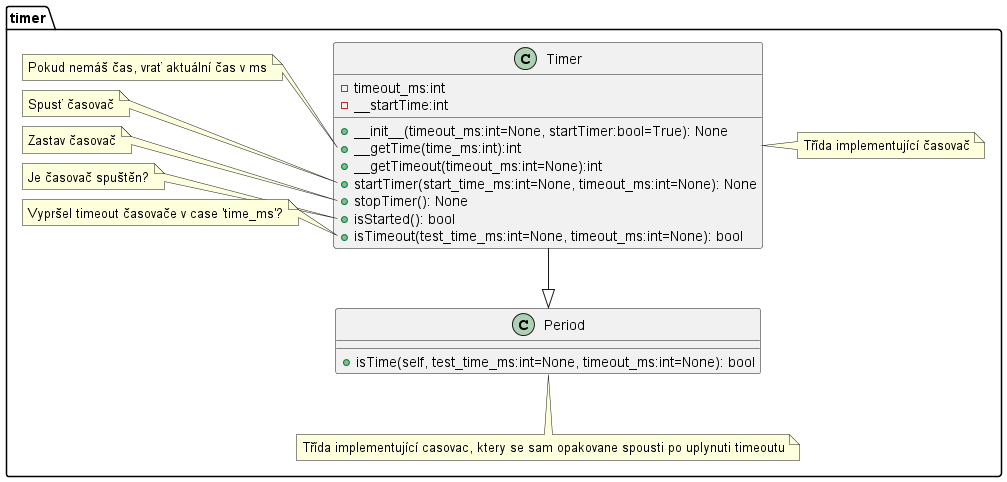
The PlantUML diagram doc/timer.png in JanChaloupek/robot-programming2, before a commit. The source it was exported from:
```plantuml
@startuml timer

namespace timer {
    class Timer {
        - timeout_ms:int
        - __startTime:int

        + __init__(timeout_ms:int=None, startTimer:bool=True): None
        + __getTime(time_ms:int):int
        + __getTimeout(timeout_ms:int=None):int
        + startTimer(start_time_ms:int=None, timeout_ms:int=None): None
        + stopTimer(): None
        + isStarted(): bool
        + isTimeout(test_time_ms:int=None, timeout_ms:int=None): bool
    }
    note right of Timer
        Třída implementující časovač
    end note
    note left of Timer::__getTime
        Pokud nemáš čas, vrať aktuální čas v ms
    end note
    note left of Timer::startTimer
        Spusť časovač
    end note
    note left of Timer::stopTimer
        Zastav časovač
    end note
    note left of Timer::isStarted
        Je časovač spuštěn?
    end note
    note left of Timer::isTimeout
        Vypršel timeout časovače v case 'time_ms'?
    end note

    class Period {
        + isTime(self, test_time_ms:int=None, timeout_ms:int=None): bool
    }
    Period <|-u- Timer

    note bottom of Period
        Třída implementující casovac, ktery se sam opakovane spousti po uplynuti timeoutu
    end note
}

@enduml
```
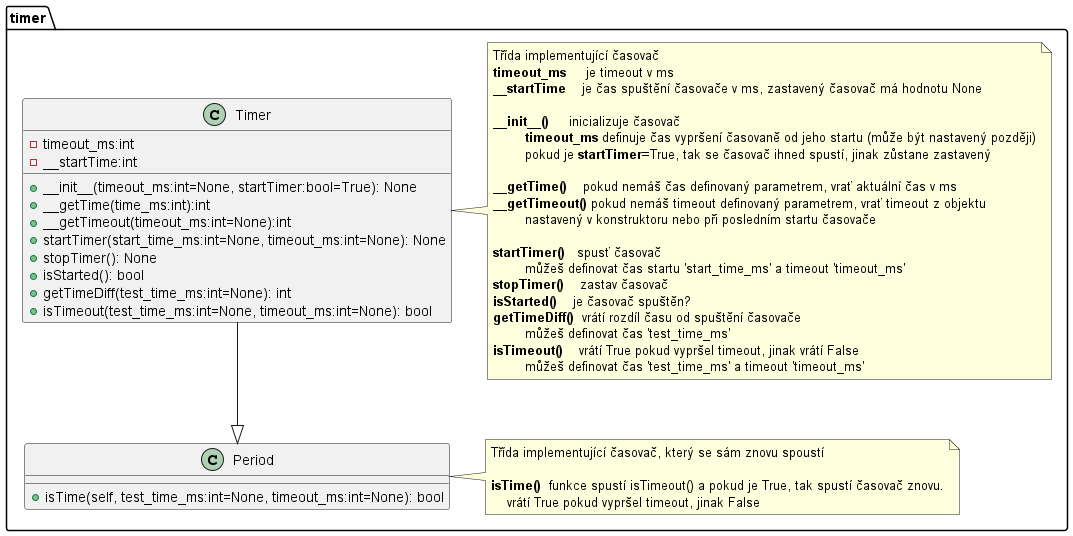
Above is the later version.

The edit, as a diff of the source:
```diff
@@ -11,25 +11,30 @@
         + startTimer(start_time_ms:int=None, timeout_ms:int=None): None
         + stopTimer(): None
         + isStarted(): bool
+        + getTimeDiff(test_time_ms:int=None): int
         + isTimeout(test_time_ms:int=None, timeout_ms:int=None): bool
     }
     note right of Timer
         Třída implementující časovač
-    end note
-    note left of Timer::__getTime
-        Pokud nemáš čas, vrať aktuální čas v ms
-    end note
-    note left of Timer::startTimer
-        Spusť časovač
-    end note
-    note left of Timer::stopTimer
-        Zastav časovač
-    end note
-    note left of Timer::isStarted
-        Je časovač spuštěn?
-    end note
-    note left of Timer::isTimeout
-        Vypršel timeout časovače v case 'time_ms'?
+        <b>timeout_ms</b>     je timeout v ms
+        <b>__startTime</b>    je čas spuštění časovače v ms, zastavený časovač má hodnotu None
+
+        <b>_</b><b>_init_</b><b>_()</b>     inicializuje časovač
+                <b>timeout_ms</b> definuje čas vypršení časovaně od jeho startu (může být nastavený později)
+                pokud je <b>startTimer</b>=True, tak se časovač ihned spustí, jinak zůstane zastavený
+
+        <b>__getTime()</b>    pokud nemáš čas definovaný parametrem, vrať aktuální čas v ms
+        <b>__getTimeout()</b> pokud nemáš timeout definovaný parametrem, vrať timeout z objektu
+                nastavený v konstruktoru nebo při posledním startu časovače
+
+        <b>startTimer()</b>   spusť časovač
+                můžeš definovat čas startu 'start_time_ms' a timeout 'timeout_ms'
+        <b>stopTimer()</b>    zastav časovač
+        <b>isStarted()</b>    je časovač spuštěn?
+        <b>getTimeDiff()</b>  vrátí rozdíl času od spuštění časovače
+                můžeš definovat čas 'test_time_ms'
+        <b>isTimeout()</b>    vrátí True pokud vypršel timeout, jinak vrátí False
+                můžeš definovat čas 'test_time_ms' a timeout 'timeout_ms'
     end note
 
     class Period {
@@ -37,8 +42,11 @@
     }
     Period <|-u- Timer
 
-    note bottom of Period
-        Třída implementující casovac, ktery se sam opakovane spousti po uplynuti timeoutu
+    note right of Period
+        Třída implementující časovač, který se sám znovu spoustí
+
+        <b>isTime()</b>  funkce spustí isTimeout() a pokud je True, tak spustí časovač znovu.
+            vrátí True pokud vypršel timeout, jinak False
     end note
 }
 
```
